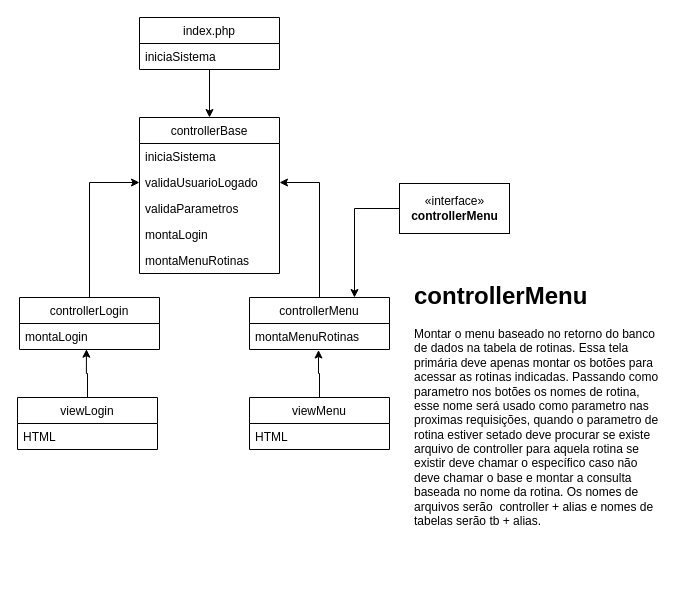
This is artifacts/auto-crud-files.drawio from DavidRusycki/auto_crud, a draw.io file, before an edit. Source tidied: cells renumbered, new cells numbered last; positions are measured from the earlier drawing's top-left corner, leaving out a move shared by most shapes. Both pictures are drawn from the tidied source at 100%, with x=0, y=0 at pixel (17, 17).
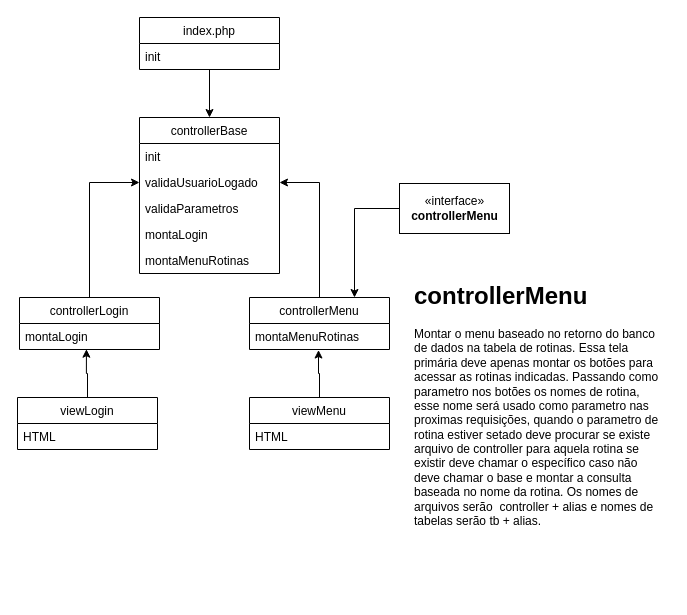
The same diagram, later.

Unchanged cells that the change refers to:
```xml
<mxCell id="2" value="controllerBase" style="swimlane;fontStyle=0;horizontal=1;startSize=26;fillColor=none;" parent="1" vertex="1">
  <mxGeometry x="122" y="100" width="140" height="156" as="geometry" />
</mxCell>
<mxCell id="9" value="index.php" style="swimlane;fontStyle=0;horizontal=1;startSize=26;fillColor=none;" parent="1" vertex="1">
  <mxGeometry x="122" width="140" height="52" as="geometry" />
</mxCell>
```

Change to the diagram source:
```diff
@@
-    <mxCell id="3" value="iniciaSistema" style="text;strokeColor=none;fillColor=none;align=left;verticalAlign=top;spacingLeft=4;spacingRight=4;overflow=hidden;" parent="2" vertex="1">
+    <mxCell id="3" value="init" style="text;strokeColor=none;fillColor=none;align=left;verticalAlign=top;spacingLeft=4;spacingRight=4;overflow=hidden;" parent="2" vertex="1">
       <mxGeometry y="26" width="140" height="26" as="geometry" />
     </mxCell>
@@
-    <mxCell id="10" value="iniciaSistema" style="text;strokeColor=none;fillColor=none;align=left;verticalAlign=top;spacingLeft=4;spacingRight=4;overflow=hidden;" parent="9" vertex="1">
+    <mxCell id="10" value="init" style="text;strokeColor=none;fillColor=none;align=left;verticalAlign=top;spacingLeft=4;spacingRight=4;overflow=hidden;" parent="9" vertex="1">
       <mxGeometry y="26" width="140" height="26" as="geometry" />
     </mxCell>
```
